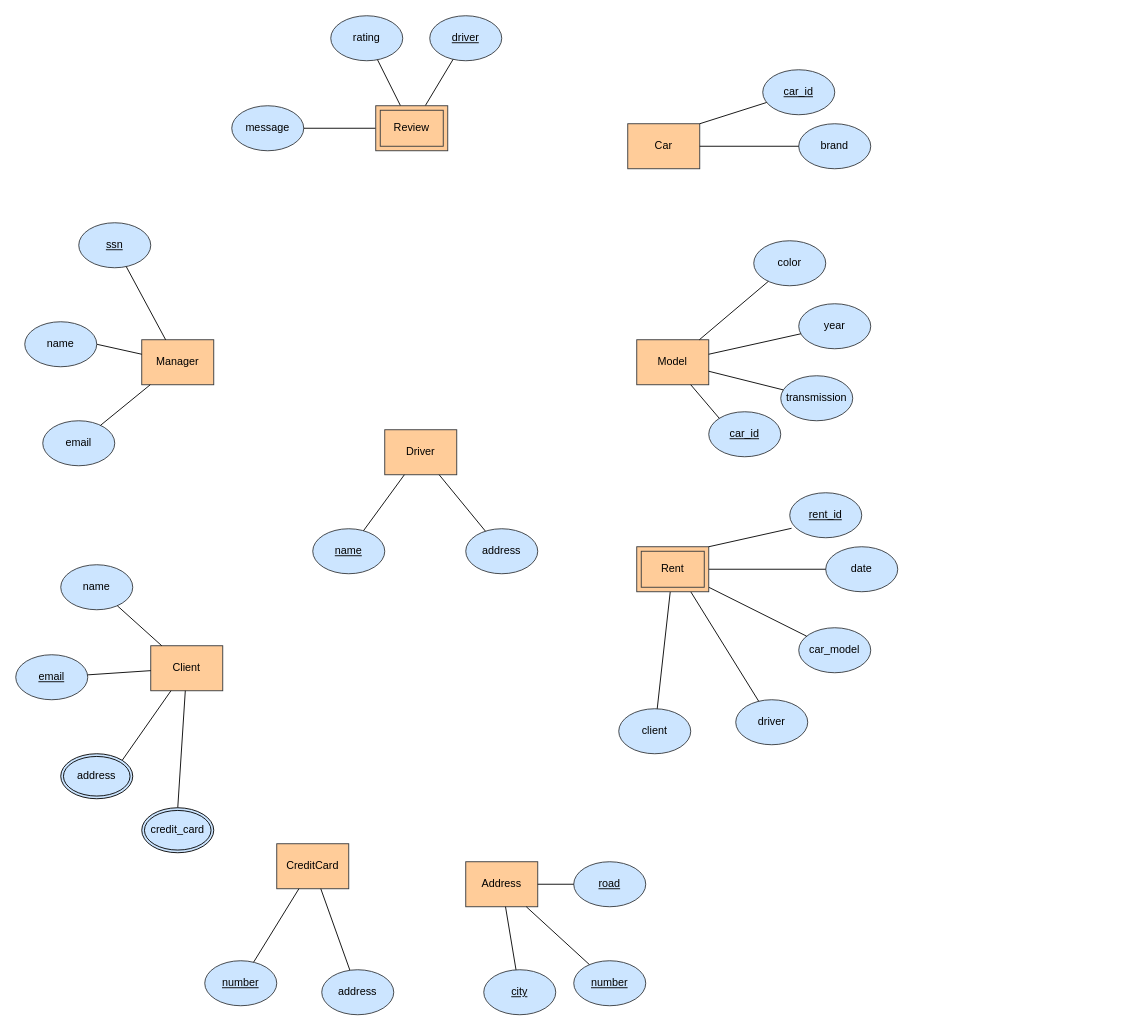
This is 480-ER-Diagram.drawio from p-rinceS/CS-480-Project, a draw.io file, before an edit. Source tidied: cells renumbered, new cells numbered last; positions are measured from the earlier drawing's top-left corner, leaving out a move shared by most shapes. Both pictures are drawn from the tidied source at 90%, with x=0, y=0 at pixel (15, 15).
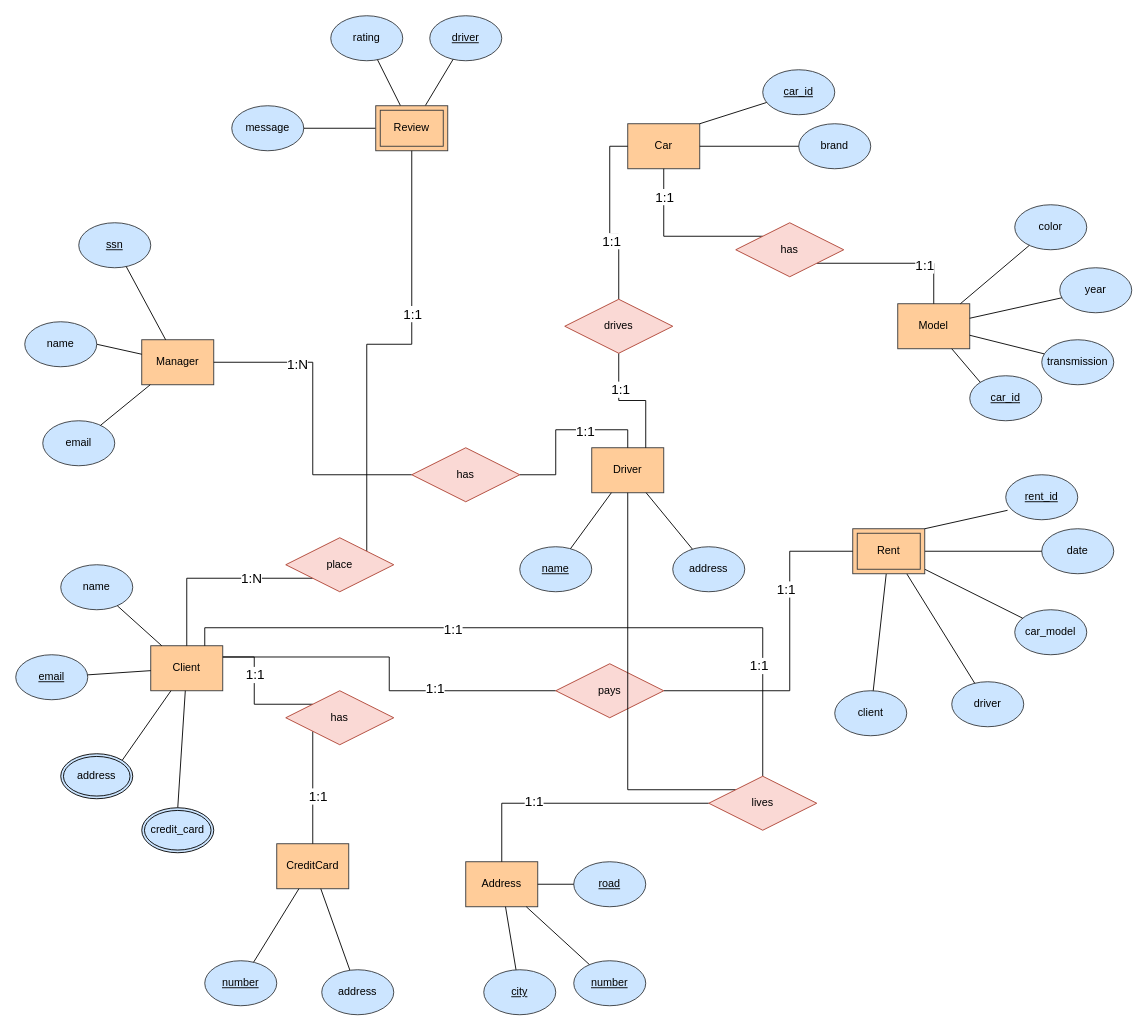
The same page after the edit.

Unchanged cells that the change refers to:
```xml
<mxCell id="2" value="Manager" style="whiteSpace=wrap;html=1;fillColor=#ffcc99;strokeColor=#36393d;" parent="1" vertex="1">
  <mxGeometry x="140" y="360" width="80" height="50" as="geometry" />
</mxCell>
<mxCell id="3" value="Client" style="whiteSpace=wrap;html=1;fillColor=#ffcc99;strokeColor=#36393d;" parent="1" vertex="1">
  <mxGeometry x="150" y="700" width="80" height="50" as="geometry" />
</mxCell>
<mxCell id="17" value="Car" style="whiteSpace=wrap;html=1;fillColor=#ffcc99;strokeColor=#36393d;" parent="1" vertex="1">
  <mxGeometry x="680" y="120" width="80" height="50" as="geometry" />
</mxCell>
<mxCell id="18" value="Address" style="whiteSpace=wrap;html=1;fillColor=#ffcc99;strokeColor=#36393d;" parent="1" vertex="1">
  <mxGeometry x="500" y="940" width="80" height="50" as="geometry" />
</mxCell>
<mxCell id="45" value="CreditCard" style="whiteSpace=wrap;html=1;fillColor=#ffcc99;strokeColor=#36393d;" parent="1" vertex="1">
  <mxGeometry x="290" y="920" width="80" height="50" as="geometry" />
</mxCell>
<mxCell id="57" value="Review" style="shape=ext;margin=3;double=1;whiteSpace=wrap;html=1;align=center;fillColor=#ffcc99;strokeColor=#36393d;" parent="1" vertex="1">
  <mxGeometry x="400" y="100" width="80" height="50" as="geometry" />
</mxCell>
```

Diff of the diagram source:
```diff
@@
+    <mxCell id="67" style="edgeStyle=orthogonalEdgeStyle;rounded=0;jettySize=auto;html=1;exitX=1;exitY=0.25;exitDx=0;exitDy=0;entryX=0;entryY=0.5;entryDx=0;entryDy=0;endArrow=none;startFill=0;" parent="1" edge="1" source="3" target="94">
+      <mxGeometry relative="1" as="geometry" />
+    </mxCell>
@@
     <mxCell id="4" value="Driver" style="whiteSpace=wrap;html=1;fillColor=#ffcc99;strokeColor=#36393d;" parent="1" vertex="1">
-      <mxGeometry x="410" y="460" width="80" height="50" as="geometry" />
+      <mxGeometry x="640" y="480" width="80" height="50" as="geometry" />
     </mxCell>
@@
     <mxCell id="16" value="Model" style="whiteSpace=wrap;html=1;fillColor=#ffcc99;strokeColor=#36393d;" parent="1" vertex="1">
-      <mxGeometry x="690" y="360" width="80" height="50" as="geometry" />
+      <mxGeometry x="980" y="320" width="80" height="50" as="geometry" />
     </mxCell>
@@
     <mxCell id="19" value="&lt;span style=&quot;font-style: normal;&quot;&gt;client&lt;/span&gt;" style="ellipse;whiteSpace=wrap;html=1;fillColor=#cce5ff;strokeColor=#36393d;fontStyle=2;" parent="1" vertex="1">
-      <mxGeometry x="670" y="770" width="80" height="50" as="geometry" />
+      <mxGeometry x="910" y="750" width="80" height="50" as="geometry" />
     </mxCell>
     <mxCell id="20" value="&lt;span style=&quot;font-style: normal;&quot;&gt;driver&lt;/span&gt;" style="ellipse;whiteSpace=wrap;html=1;fillColor=#cce5ff;strokeColor=#36393d;fontStyle=2;" parent="1" vertex="1">
-      <mxGeometry x="800" y="760" width="80" height="50" as="geometry" />
+      <mxGeometry x="1040" y="740" width="80" height="50" as="geometry" />
     </mxCell>
     <mxCell id="21" value="car_model" style="ellipse;whiteSpace=wrap;html=1;fillColor=#cce5ff;strokeColor=#36393d;" parent="1" vertex="1">
-      <mxGeometry x="870" y="680" width="80" height="50" as="geometry" />
+      <mxGeometry x="1110" y="660" width="80" height="50" as="geometry" />
     </mxCell>
     <mxCell id="22" value="date" style="ellipse;whiteSpace=wrap;html=1;fillColor=#cce5ff;strokeColor=#36393d;" parent="1" vertex="1">
-      <mxGeometry x="900" y="590" width="80" height="50" as="geometry" />
+      <mxGeometry x="1140" y="570" width="80" height="50" as="geometry" />
     </mxCell>
@@
     <mxCell id="27" value="address" style="ellipse;whiteSpace=wrap;html=1;fillColor=#cce5ff;strokeColor=#36393d;" parent="1" vertex="1">
-      <mxGeometry x="500" y="570" width="80" height="50" as="geometry" />
+      <mxGeometry x="730" y="590" width="80" height="50" as="geometry" />
     </mxCell>
     <mxCell id="28" value="&lt;u&gt;name&lt;/u&gt;" style="ellipse;whiteSpace=wrap;html=1;fillColor=#cce5ff;strokeColor=#36393d;" parent="1" vertex="1">
-      <mxGeometry x="330" y="570" width="80" height="50" as="geometry" />
+      <mxGeometry x="560" y="590" width="80" height="50" as="geometry" />
     </mxCell>
@@
     <mxCell id="33" value="year" style="ellipse;whiteSpace=wrap;html=1;fillColor=#cce5ff;strokeColor=#36393d;" parent="1" vertex="1">
-      <mxGeometry x="870" y="320" width="80" height="50" as="geometry" />
+      <mxGeometry x="1160" y="280" width="80" height="50" as="geometry" />
     </mxCell>
     <mxCell id="34" value="transmission" style="ellipse;whiteSpace=wrap;html=1;fillColor=#cce5ff;strokeColor=#36393d;" parent="1" vertex="1">
-      <mxGeometry x="850" y="400" width="80" height="50" as="geometry" />
+      <mxGeometry x="1140" y="360" width="80" height="50" as="geometry" />
     </mxCell>
     <mxCell id="35" value="color" style="ellipse;whiteSpace=wrap;html=1;fillColor=#cce5ff;strokeColor=#36393d;" parent="1" vertex="1">
-      <mxGeometry x="820" y="250" width="80" height="50" as="geometry" />
+      <mxGeometry x="1110" y="210" width="80" height="50" as="geometry" />
     </mxCell>
@@
     <mxCell id="56" value="Rent" style="shape=ext;margin=3;double=1;whiteSpace=wrap;html=1;align=center;fillColor=#ffcc99;strokeColor=#36393d;" parent="1" vertex="1">
-      <mxGeometry x="690" y="590" width="80" height="50" as="geometry" />
+      <mxGeometry x="930" y="570" width="80" height="50" as="geometry" />
     </mxCell>
@@
     <mxCell id="63" value="&lt;u&gt;car_id&lt;/u&gt;" style="ellipse;whiteSpace=wrap;html=1;fillColor=#cce5ff;strokeColor=#36393d;" parent="1" vertex="1">
-      <mxGeometry x="770" y="440" width="80" height="50" as="geometry" />
+      <mxGeometry x="1060" y="400" width="80" height="50" as="geometry" />
     </mxCell>
@@
     <mxCell id="65" value="&lt;u&gt;rent_id&lt;/u&gt;" style="ellipse;whiteSpace=wrap;html=1;fillColor=#cce5ff;strokeColor=#36393d;" parent="1" vertex="1">
-      <mxGeometry x="860" y="530" width="80" height="50" as="geometry" />
+      <mxGeometry x="1100" y="510" width="80" height="50" as="geometry" />
     </mxCell>
@@
+    <mxCell id="68" style="edgeStyle=orthogonalEdgeStyle;rounded=0;jettySize=auto;html=1;exitX=1;exitY=0;exitDx=0;exitDy=0;entryX=0.5;entryY=1;entryDx=0;entryDy=0;endArrow=none;startFill=0;" parent="1" edge="1" source="71" target="57">
+      <mxGeometry relative="1" as="geometry" />
+    </mxCell>
+    <mxCell id="69" value="1:1" style="edgeLabel;html=1;align=center;verticalAlign=middle;fontSize=15;" parent="68" vertex="1">
+      <mxGeometry x="0.25" y="9" relative="1" as="geometry">
+        <mxPoint x="9" y="-6" as="offset" />
+      </mxGeometry>
+    </mxCell>
+    <mxCell id="70" style="edgeStyle=orthogonalEdgeStyle;rounded=0;jettySize=auto;html=1;exitX=0;exitY=1;exitDx=0;exitDy=0;entryX=0.5;entryY=0;entryDx=0;entryDy=0;endArrow=none;startFill=0;" parent="1" edge="1" source="71" target="3">
+      <mxGeometry relative="1" as="geometry" />
+    </mxCell>
+    <mxCell id="71" value="place" style="shape=rhombus;perimeter=rhombusPerimeter;whiteSpace=wrap;html=1;align=center;fillColor=#fad9d5;strokeColor=#ae4132;" parent="1" vertex="1">
+      <mxGeometry x="300" y="580" width="120" height="60" as="geometry" />
+    </mxCell>
+    <mxCell id="72" value="1:N" style="edgeLabel;html=1;align=center;verticalAlign=middle;fontSize=15;" parent="1" vertex="1">
+      <mxGeometry x="450" y="339.6" as="geometry">
+        <mxPoint x="-189" y="285" as="offset" />
+      </mxGeometry>
+    </mxCell>
+    <mxCell id="73" style="edgeStyle=orthogonalEdgeStyle;rounded=0;jettySize=auto;html=1;exitX=1;exitY=0.5;exitDx=0;exitDy=0;entryX=0.5;entryY=0;entryDx=0;entryDy=0;endArrow=none;startFill=0;" parent="1" edge="1" source="75" target="4">
+      <mxGeometry relative="1" as="geometry" />
+    </mxCell>
+    <mxCell id="74" style="edgeStyle=orthogonalEdgeStyle;rounded=0;jettySize=auto;html=1;exitX=0;exitY=0.5;exitDx=0;exitDy=0;entryX=1;entryY=0.5;entryDx=0;entryDy=0;endArrow=none;startFill=0;" parent="1" edge="1" source="75" target="2">
+      <mxGeometry relative="1" as="geometry" />
+    </mxCell>
+    <mxCell id="75" value="has" style="shape=rhombus;perimeter=rhombusPerimeter;whiteSpace=wrap;html=1;align=center;fillColor=#fad9d5;strokeColor=#ae4132;" parent="1" vertex="1">
+      <mxGeometry x="440" y="480" width="120" height="60" as="geometry" />
+    </mxCell>
+    <mxCell id="76" value="1:1" style="edgeLabel;html=1;align=center;verticalAlign=middle;fontSize=15;" parent="1" vertex="1">
+      <mxGeometry x="410" y="365" as="geometry">
+        <mxPoint x="222" y="96" as="offset" />
+      </mxGeometry>
+    </mxCell>
+    <mxCell id="77" value="1:N" style="edgeLabel;html=1;align=center;verticalAlign=middle;fontSize=15;" parent="1" vertex="1">
+      <mxGeometry x="90" y="290" as="geometry">
+        <mxPoint x="222" y="96" as="offset" />
+      </mxGeometry>
+    </mxCell>
+    <mxCell id="78" style="edgeStyle=orthogonalEdgeStyle;rounded=0;jettySize=auto;html=1;exitX=0;exitY=1;exitDx=0;exitDy=0;entryX=0.5;entryY=0;entryDx=0;entryDy=0;endArrow=none;startFill=0;" parent="1" edge="1" source="80" target="45">
+      <mxGeometry relative="1" as="geometry" />
+    </mxCell>
+    <mxCell id="79" style="edgeStyle=orthogonalEdgeStyle;rounded=0;jettySize=auto;html=1;exitX=0;exitY=0;exitDx=0;exitDy=0;entryX=1;entryY=0.25;entryDx=0;entryDy=0;endArrow=none;startFill=0;" parent="1" edge="1" source="80" target="3">
+      <mxGeometry relative="1" as="geometry" />
+    </mxCell>
+    <mxCell id="80" value="has" style="shape=rhombus;perimeter=rhombusPerimeter;whiteSpace=wrap;html=1;align=center;fillColor=#fad9d5;strokeColor=#ae4132;" parent="1" vertex="1">
+      <mxGeometry x="300" y="750" width="120" height="60" as="geometry" />
+    </mxCell>
+    <mxCell id="81" value="1:1" style="edgeLabel;html=1;align=center;verticalAlign=middle;fontSize=15;" parent="1" vertex="1">
+      <mxGeometry x="340" y="845" as="geometry">
+        <mxPoint x="-5" y="21" as="offset" />
+      </mxGeometry>
+    </mxCell>
+    <mxCell id="82" value="1:1" style="edgeLabel;html=1;align=center;verticalAlign=middle;fontSize=15;" parent="1" vertex="1">
+      <mxGeometry x="270" y="710" as="geometry">
+        <mxPoint x="-5" y="21" as="offset" />
+      </mxGeometry>
+    </mxCell>
+    <mxCell id="83" style="edgeStyle=orthogonalEdgeStyle;rounded=0;jettySize=auto;html=1;exitX=0;exitY=0;exitDx=0;exitDy=0;entryX=0.5;entryY=1;entryDx=0;entryDy=0;endArrow=none;startFill=0;" parent="1" edge="1" source="85" target="17">
+      <mxGeometry relative="1" as="geometry" />
+    </mxCell>
+    <mxCell id="84" style="edgeStyle=orthogonalEdgeStyle;rounded=0;jettySize=auto;html=1;exitX=1;exitY=1;exitDx=0;exitDy=0;entryX=0.5;entryY=0;entryDx=0;entryDy=0;endArrow=none;startFill=0;" parent="1" edge="1" source="85" target="16">
+      <mxGeometry relative="1" as="geometry" />
+    </mxCell>
+    <mxCell id="85" value="has" style="shape=rhombus;perimeter=rhombusPerimeter;whiteSpace=wrap;html=1;align=center;fillColor=#fad9d5;strokeColor=#ae4132;" parent="1" vertex="1">
+      <mxGeometry x="800" y="230" width="120" height="60" as="geometry" />
+    </mxCell>
+    <mxCell id="86" value="1:1" style="edgeLabel;html=1;align=center;verticalAlign=middle;fontSize=15;" parent="1" vertex="1">
+      <mxGeometry x="720" y="200" as="geometry" />
+    </mxCell>
+    <mxCell id="87" value="1:1" style="edgeLabel;html=1;align=center;verticalAlign=middle;fontSize=15;" parent="1" vertex="1">
+      <mxGeometry x="460" y="349.7" as="geometry">
+        <mxPoint x="549" y="-73" as="offset" />
+      </mxGeometry>
+    </mxCell>
+    <mxCell id="88" style="edgeStyle=orthogonalEdgeStyle;rounded=0;jettySize=auto;html=1;exitX=0.5;exitY=0;exitDx=0;exitDy=0;entryX=0;entryY=0.5;entryDx=0;entryDy=0;endArrow=none;startFill=0;" parent="1" edge="1" source="90" target="17">
+      <mxGeometry relative="1" as="geometry" />
+    </mxCell>
+    <mxCell id="89" style="edgeStyle=orthogonalEdgeStyle;rounded=0;jettySize=auto;html=1;exitX=0.5;exitY=1;exitDx=0;exitDy=0;entryX=0.75;entryY=0;entryDx=0;entryDy=0;endArrow=none;startFill=0;" parent="1" edge="1" source="90" target="4">
+      <mxGeometry relative="1" as="geometry" />
+    </mxCell>
+    <mxCell id="90" value="drives" style="shape=rhombus;perimeter=rhombusPerimeter;whiteSpace=wrap;html=1;align=center;fillColor=#fad9d5;strokeColor=#ae4132;" parent="1" vertex="1">
+      <mxGeometry x="610" y="315" width="120" height="60" as="geometry" />
+    </mxCell>
+    <mxCell id="91" value="1:1" style="edgeLabel;html=1;align=center;verticalAlign=middle;fontSize=15;" parent="1" vertex="1">
+      <mxGeometry x="670" y="260" as="geometry">
+        <mxPoint x="-9" y="-11" as="offset" />
+      </mxGeometry>
+    </mxCell>
+    <mxCell id="92" value="1:1" style="edgeLabel;html=1;align=center;verticalAlign=middle;fontSize=15;" parent="1" vertex="1">
+      <mxGeometry x="680" y="425" as="geometry">
+        <mxPoint x="-9" y="-11" as="offset" />
+      </mxGeometry>
+    </mxCell>
+    <mxCell id="93" style="edgeStyle=orthogonalEdgeStyle;rounded=0;jettySize=auto;html=1;exitX=1;exitY=0.5;exitDx=0;exitDy=0;entryX=0;entryY=0.5;entryDx=0;entryDy=0;endArrow=none;startFill=0;" parent="1" edge="1" source="94" target="56">
+      <mxGeometry relative="1" as="geometry">
+        <Array as="points">
+          <mxPoint x="860" y="750" />
+          <mxPoint x="860" y="595" />
+        </Array>
+      </mxGeometry>
+    </mxCell>
+    <mxCell id="94" value="pays" style="shape=rhombus;perimeter=rhombusPerimeter;whiteSpace=wrap;html=1;align=center;fillColor=#fad9d5;strokeColor=#ae4132;" parent="1" vertex="1">
+      <mxGeometry x="600" y="720" width="120" height="60" as="geometry" />
+    </mxCell>
+    <mxCell id="95" style="edgeStyle=orthogonalEdgeStyle;rounded=0;jettySize=auto;html=1;exitX=0;exitY=0.5;exitDx=0;exitDy=0;entryX=0.5;entryY=0;entryDx=0;entryDy=0;endArrow=none;startFill=0;" parent="1" edge="1" source="98" target="18">
+      <mxGeometry relative="1" as="geometry" />
+    </mxCell>
+    <mxCell id="96" style="edgeStyle=orthogonalEdgeStyle;rounded=0;jettySize=auto;html=1;exitX=0;exitY=0;exitDx=0;exitDy=0;endArrow=none;startFill=0;" parent="1" edge="1" source="98" target="4">
+      <mxGeometry relative="1" as="geometry" />
+    </mxCell>
+    <mxCell id="97" style="edgeStyle=orthogonalEdgeStyle;rounded=0;jettySize=auto;html=1;exitX=0.5;exitY=0;exitDx=0;exitDy=0;entryX=0.75;entryY=0;entryDx=0;entryDy=0;endArrow=none;startFill=0;" parent="1" edge="1" source="98" target="3">
+      <mxGeometry relative="1" as="geometry" />
+    </mxCell>
+    <mxCell id="98" value="lives" style="shape=rhombus;perimeter=rhombusPerimeter;whiteSpace=wrap;html=1;align=center;fillColor=#fad9d5;strokeColor=#ae4132;" parent="1" vertex="1">
+      <mxGeometry x="770" y="845" width="120" height="60" as="geometry" />
+    </mxCell>
+    <mxCell id="99" value="1:1" style="edgeLabel;html=1;align=center;verticalAlign=middle;fontSize=15;" parent="1" vertex="1">
+      <mxGeometry x="470" y="725" as="geometry">
+        <mxPoint x="-5" y="21" as="offset" />
+      </mxGeometry>
+    </mxCell>
+    <mxCell id="100" value="1:1" style="edgeLabel;html=1;align=center;verticalAlign=middle;fontSize=15;" parent="1" vertex="1">
+      <mxGeometry x="490" y="660" as="geometry">
+        <mxPoint x="-5" y="21" as="offset" />
+      </mxGeometry>
+    </mxCell>
+    <mxCell id="101" value="1:1" style="edgeLabel;html=1;align=center;verticalAlign=middle;fontSize=15;" parent="1" vertex="1">
+      <mxGeometry x="830" y="700" as="geometry">
+        <mxPoint x="-5" y="21" as="offset" />
+      </mxGeometry>
+    </mxCell>
+    <mxCell id="102" value="1:1" style="edgeLabel;html=1;align=center;verticalAlign=middle;fontSize=15;" parent="1" vertex="1">
+      <mxGeometry x="580" y="850" as="geometry">
+        <mxPoint x="-5" y="21" as="offset" />
+      </mxGeometry>
+    </mxCell>
+    <mxCell id="103" value="1:1" style="edgeLabel;html=1;align=center;verticalAlign=middle;fontSize=15;" parent="1" vertex="1">
+      <mxGeometry x="860" y="615" as="geometry">
+        <mxPoint x="-5" y="21" as="offset" />
+      </mxGeometry>
+    </mxCell>
```
